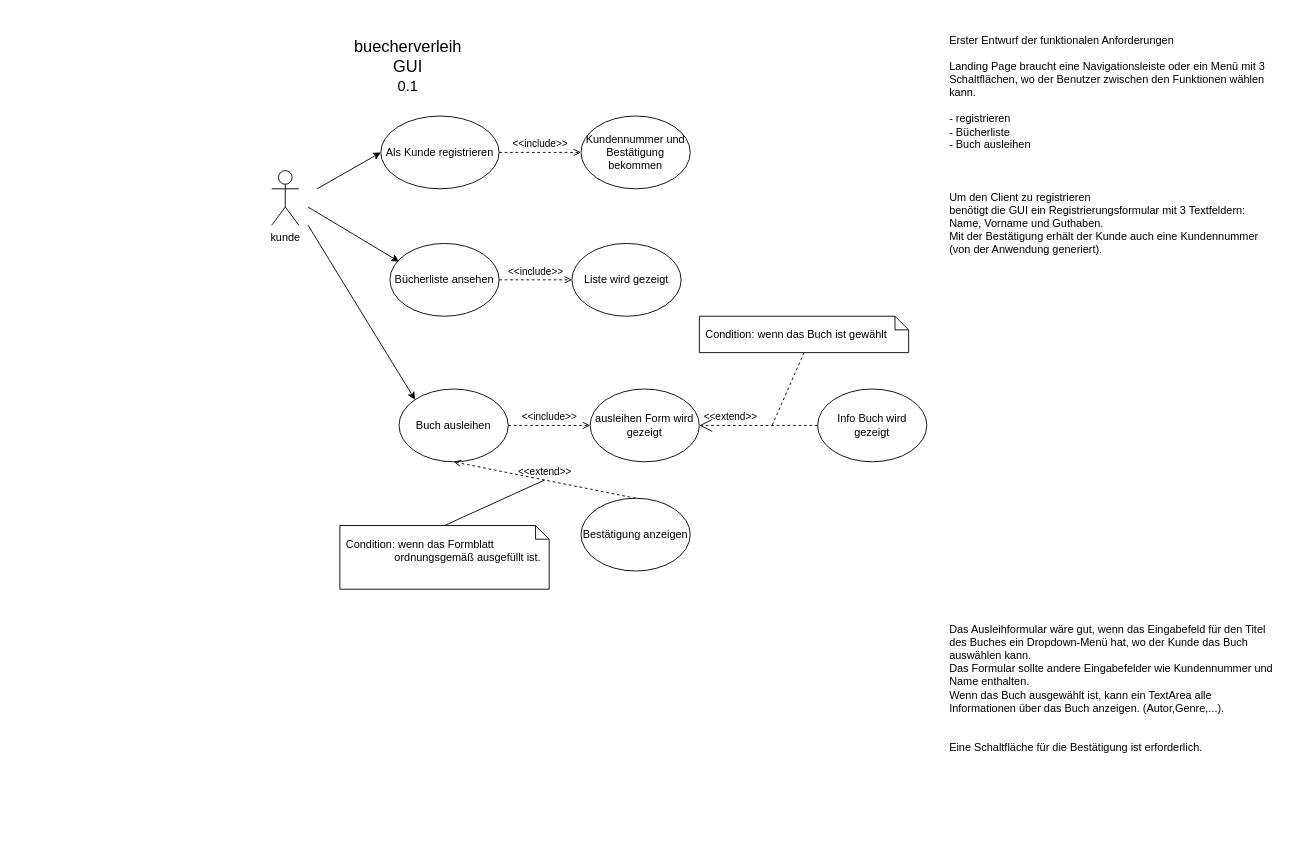
This is Buechverleih.drawio from marcogara/WBS_60.1, a draw.io file, before an edit. Source tidied: cells renumbered, new cells numbered last; positions are measured from the earlier drawing's top-left corner, leaving out a move shared by most shapes. Both pictures are drawn from the tidied source at 91%, with x=0, y=0 at pixel (271, 43).
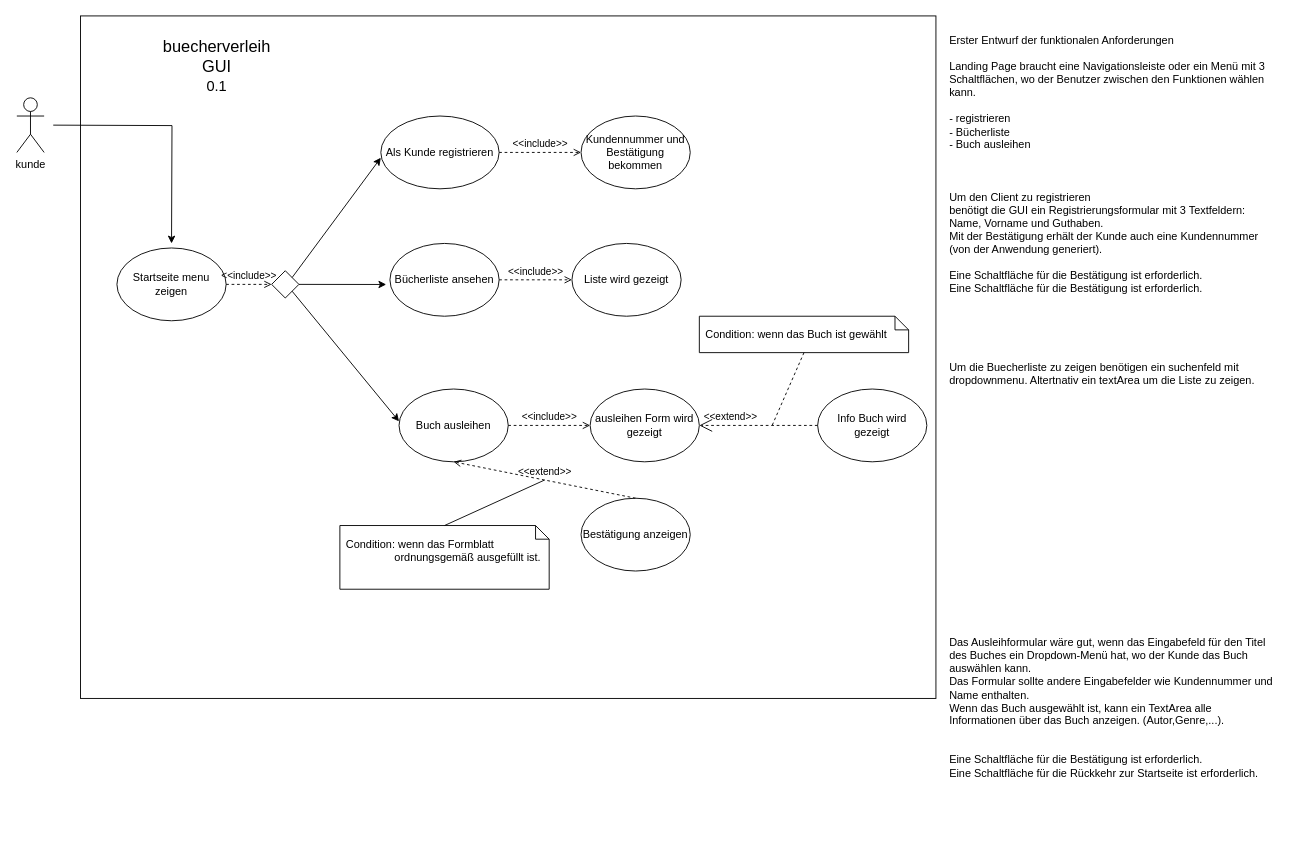
The same diagram, later.

Commit message:
updated Buechverleih Use case diagram

Unchanged cells that the change refers to:
```xml
<mxCell id="3" value="Als Kunde registrieren" style="ellipse;whiteSpace=wrap;html=1;" parent="1" vertex="1">
  <mxGeometry x="120" y="80" width="130" height="80" as="geometry" />
</mxCell>
<mxCell id="8" value="Bücherliste ansehen&lt;br&gt;" style="ellipse;whiteSpace=wrap;html=1;" parent="1" vertex="1">
  <mxGeometry x="130" y="220" width="120" height="80" as="geometry" />
</mxCell>
<mxCell id="10" value="Buch ausleihen" style="ellipse;whiteSpace=wrap;html=1;" parent="1" vertex="1">
  <mxGeometry x="140" y="380" width="120" height="80" as="geometry" />
</mxCell>
```

The edit, as a diff of the source:
```diff
@@
+    <mxCell id="25" style="rounded=0;whiteSpace=wrap;html=1;" parent="1" vertex="1">
+      <mxGeometry x="-210" y="-30" width="940" height="750" as="geometry" />
+    </mxCell>
+    <mxCell id="26" style="edgeStyle=orthogonalEdgeStyle;rounded=0;orthogonalLoop=1;jettySize=auto;html=1;" parent="1" edge="1">
+      <mxGeometry relative="1" as="geometry">
+        <mxPoint x="-240" y="90" as="sourcePoint" />
+        <mxPoint x="-110" y="220" as="targetPoint" />
+      </mxGeometry>
+    </mxCell>
     <mxCell id="2" value="&lt;div&gt;kunde&lt;/div&gt;&lt;div&gt;&lt;br&gt;&lt;/div&gt;" style="shape=umlActor;verticalLabelPosition=bottom;verticalAlign=top;html=1;" parent="1" vertex="1">
-      <mxGeometry y="140" width="30" height="60" as="geometry" />
+      <mxGeometry x="-280" y="60" width="30" height="60" as="geometry" />
     </mxCell>
@@
-    <mxCell id="4" style="endArrow=classic;html=1;rounded=0;entryX=0;entryY=0.5;entryDx=0;entryDy=0;" parent="1" edge="1" target="3">
-      <mxGeometry relative="1" as="geometry">
-        <mxPoint x="50" y="160" as="sourcePoint" />
-      </mxGeometry>
-    </mxCell>
@@
     <mxCell id="7" value="&lt;div&gt;&lt;font style=&quot;font-size: 18px;&quot;&gt;buecherverleih GUI &lt;br&gt;&lt;/font&gt;&lt;/div&gt;&lt;div&gt;&lt;font size=&quot;3&quot;&gt;0.1&lt;/font&gt;&lt;/div&gt;" style="text;html=1;strokeColor=none;fillColor=none;align=center;verticalAlign=middle;whiteSpace=wrap;rounded=0;" parent="1" vertex="1">
-      <mxGeometry x="120" y="10" width="60" height="30" as="geometry" />
+      <mxGeometry x="-90" y="10" width="60" height="30" as="geometry" />
     </mxCell>
@@
-    <mxCell id="9" style="endArrow=classic;html=1;rounded=0;" parent="1" edge="1">
-      <mxGeometry relative="1" as="geometry">
-        <mxPoint x="40" y="180" as="sourcePoint" />
-        <mxPoint x="140" y="240" as="targetPoint" />
-      </mxGeometry>
-    </mxCell>
@@
-    <mxCell id="11" style="endArrow=classic;html=1;rounded=0;entryX=0;entryY=0;entryDx=0;entryDy=0;" parent="1" edge="1" target="10">
-      <mxGeometry relative="1" as="geometry">
-        <mxPoint x="40" y="200" as="sourcePoint" />
-      </mxGeometry>
-    </mxCell>
@@
-    <mxCell id="15" value="&lt;div&gt;Erster Entwurf der funktionalen Anforderungen&lt;/div&gt;&lt;div&gt;&lt;br&gt;&lt;/div&gt;&lt;div&gt;Landing Page braucht eine Navigationsleiste oder ein Menü mit 3 Schaltflächen, wo der Benutzer zwischen den Funktionen wählen kann.&lt;br&gt;&lt;br&gt;&lt;/div&gt;&lt;div&gt;- registrieren &lt;br&gt;&lt;/div&gt;&lt;div&gt;- Bücherliste &lt;br&gt;&lt;/div&gt;&lt;div&gt;- Buch ausleihen &lt;br&gt;&lt;/div&gt;&lt;div&gt;&lt;br&gt;&lt;/div&gt;&lt;br&gt;&lt;div&gt;&lt;br&gt;&lt;/div&gt;&lt;div&gt;Um den Client zu registrieren&lt;/div&gt;benötigt die GUI ein Registrierungsformular mit 3 Textfeldern: Name, Vorname und Guthaben.&lt;br&gt;Mit der Bestätigung erhält der Kunde auch eine Kundennummer (von der Anwendung generiert).&lt;br&gt;&lt;br&gt;&lt;br&gt;&lt;div&gt;&lt;br&gt;&lt;/div&gt;&lt;div&gt;&lt;br&gt;&lt;/div&gt;&lt;div&gt;&lt;br&gt;&lt;/div&gt;&lt;div&gt;&lt;br&gt;&lt;/div&gt;&lt;div&gt;&lt;br&gt;&lt;/div&gt;&lt;div&gt;&lt;br&gt;&lt;/div&gt;&lt;div&gt;&lt;br&gt;&lt;/div&gt;&lt;div&gt;&lt;br&gt;&lt;/div&gt;&lt;div&gt;&lt;br&gt;&lt;/div&gt;&lt;div&gt;&lt;br&gt;&lt;/div&gt;&lt;div&gt;&lt;br&gt;&lt;/div&gt;&lt;div&gt;&lt;br&gt;&lt;/div&gt;&lt;div&gt;&lt;br&gt;&lt;/div&gt;&lt;div&gt;&lt;br&gt;&lt;/div&gt;&lt;div&gt;&lt;br&gt;&lt;/div&gt;&lt;div&gt;&lt;br&gt;&lt;/div&gt;&lt;div&gt;&lt;br&gt;&lt;/div&gt;&lt;div&gt;&lt;br&gt;&lt;/div&gt;&lt;div&gt;&lt;br&gt;&lt;/div&gt;&lt;div&gt;&lt;br&gt;&lt;/div&gt;&lt;div&gt;&lt;br&gt;&lt;/div&gt;&lt;div&gt;&lt;br&gt;&lt;/div&gt;&lt;div&gt;&lt;br&gt;&lt;/div&gt;&lt;div&gt;&lt;br&gt;&lt;/div&gt;&lt;div&gt;&lt;br&gt;&lt;/div&gt;&lt;div&gt;&lt;br&gt;&lt;/div&gt;Das Ausleihformular wäre gut, wenn das Eingabefeld für den Titel des Buches ein Dropdown-Menü hat, wo der Kunde das Buch auswählen kann.&lt;br&gt;Das Formular sollte andere Eingabefelder wie Kundennummer und Name enthalten.&lt;br&gt;&lt;div&gt;Wenn das Buch ausgewählt ist, kann ein TextArea alle Informationen über das Buch anzeigen. (Autor,Genre,...).&lt;/div&gt;&lt;br&gt;&lt;div&gt;&lt;br&gt;&lt;/div&gt;&lt;div&gt;Eine Schaltfläche für die Bestätigung ist erforderlich.&lt;br&gt;&lt;br&gt;&lt;br&gt;&lt;br&gt;&lt;/div&gt;" style="text;html=1;strokeColor=none;fillColor=none;spacing=5;spacingTop=-20;whiteSpace=wrap;overflow=hidden;rounded=0;" parent="1" vertex="1">
+    <mxCell id="15" value="&lt;div&gt;Erster Entwurf der funktionalen Anforderungen&lt;/div&gt;&lt;div&gt;&lt;br&gt;&lt;/div&gt;&lt;div&gt;Landing Page braucht eine Navigationsleiste oder ein Menü mit 3 Schaltflächen, wo der Benutzer zwischen den Funktionen wählen kann.&lt;br&gt;&lt;br&gt;&lt;/div&gt;&lt;div&gt;- registrieren &lt;br&gt;&lt;/div&gt;&lt;div&gt;- Bücherliste &lt;br&gt;&lt;/div&gt;&lt;div&gt;- Buch ausleihen &lt;br&gt;&lt;/div&gt;&lt;div&gt;&lt;br&gt;&lt;/div&gt;&lt;br&gt;&lt;div&gt;&lt;br&gt;&lt;/div&gt;&lt;div&gt;Um den Client zu registrieren&lt;/div&gt;benötigt die GUI ein Registrierungsformular mit 3 Textfeldern: Name, Vorname und Guthaben.&lt;br&gt;&lt;div&gt;Mit der Bestätigung erhält der Kunde auch eine Kundennummer (von der Anwendung generiert).&lt;/div&gt;&lt;div&gt;&lt;br&gt;&lt;/div&gt;&lt;div&gt;Eine Schaltfläche für die Bestätigung ist erforderlich.&lt;/div&gt;&lt;div&gt;Eine Schaltfläche für die Bestätigung ist erforderlich.&lt;/div&gt;&lt;br&gt;&lt;br&gt;&lt;div&gt;&lt;br&gt;&lt;/div&gt;&lt;div&gt;&lt;br&gt;&lt;/div&gt;&lt;div&gt;&lt;br&gt;&lt;/div&gt;&lt;div&gt;Um die Buecherliste zu zeigen benötigen ein suchenfeld mit dropdownmenu. Altertnativ ein textArea um die Liste zu zeigen. &lt;br&gt;&lt;/div&gt;&lt;div&gt;&lt;br&gt;&lt;/div&gt;&lt;div&gt;&lt;br&gt;&lt;/div&gt;&lt;div&gt;&lt;br&gt;&lt;/div&gt;&lt;div&gt;&lt;br&gt;&lt;/div&gt;&lt;div&gt;&lt;br&gt;&lt;/div&gt;&lt;div&gt;&lt;br&gt;&lt;/div&gt;&lt;div&gt;&lt;br&gt;&lt;/div&gt;&lt;div&gt;&lt;br&gt;&lt;/div&gt;&lt;div&gt;&lt;br&gt;&lt;/div&gt;&lt;div&gt;&lt;br&gt;&lt;/div&gt;&lt;div&gt;&lt;br&gt;&lt;/div&gt;&lt;div&gt;&lt;br&gt;&lt;/div&gt;&lt;div&gt;&lt;br&gt;&lt;/div&gt;&lt;div&gt;&lt;br&gt;&lt;/div&gt;&lt;div&gt;&lt;br&gt;&lt;/div&gt;&lt;div&gt;&lt;br&gt;&lt;/div&gt;&lt;div&gt;&lt;br&gt;&lt;/div&gt;&lt;div&gt;&lt;br&gt;&lt;/div&gt;&lt;div&gt;&lt;br&gt;&lt;/div&gt;Das Ausleihformular wäre gut, wenn das Eingabefeld für den Titel des Buches ein Dropdown-Menü hat, wo der Kunde das Buch auswählen kann.&lt;br&gt;Das Formular sollte andere Eingabefelder wie Kundennummer und Name enthalten.&lt;br&gt;&lt;div&gt;Wenn das Buch ausgewählt ist, kann ein TextArea alle Informationen über das Buch anzeigen. (Autor,Genre,...).&lt;/div&gt;&lt;br&gt;&lt;div&gt;&lt;br&gt;&lt;/div&gt;&lt;div&gt;Eine Schaltfläche für die Bestätigung ist erforderlich.&lt;/div&gt;&lt;div&gt;Eine Schaltfläche für die Rückkehr zur Startseite ist erforderlich.&lt;br&gt;&lt;br&gt;&lt;br&gt;&lt;br&gt;&lt;br&gt;&lt;br&gt;&lt;/div&gt;" style="text;html=1;strokeColor=none;fillColor=none;spacing=5;spacingTop=-20;whiteSpace=wrap;overflow=hidden;rounded=0;" parent="1" vertex="1">
       <mxGeometry x="740" width="370" height="880" as="geometry" />
     </mxCell>
@@
+    <mxCell id="27" value="Startseite menu zeigen" style="ellipse;whiteSpace=wrap;html=1;" parent="1" vertex="1">
+      <mxGeometry x="-170" y="225" width="120" height="80" as="geometry" />
+    </mxCell>
+    <mxCell id="28" style="rhombus;" parent="1" vertex="1">
+      <mxGeometry y="250" width="30" height="30" as="geometry" />
+    </mxCell>
+    <mxCell id="29" value="&amp;lt;&amp;lt;include&amp;gt;&amp;gt;" style="html=1;verticalAlign=bottom;labelBackgroundColor=none;endArrow=open;endFill=0;dashed=1;rounded=0;exitX=1;exitY=0.5;exitDx=0;exitDy=0;entryX=0;entryY=0.5;entryDx=0;entryDy=0;" parent="1" edge="1" source="27" target="28">
+      <mxGeometry relative="1" as="geometry" />
+    </mxCell>
+    <mxCell id="30" style="endArrow=classic;html=1;rounded=0;exitX=1;exitY=0.5;exitDx=0;exitDy=0;entryX=-0.034;entryY=0.564;entryDx=0;entryDy=0;entryPerimeter=0;" parent="1" edge="1" source="28" target="8">
+      <mxGeometry relative="1" as="geometry" />
+    </mxCell>
+    <mxCell id="31" style="endArrow=classic;html=1;rounded=0;exitX=1;exitY=0;exitDx=0;exitDy=0;entryX=0;entryY=0.573;entryDx=0;entryDy=0;entryPerimeter=0;" parent="1" edge="1" source="28" target="3">
+      <mxGeometry relative="1" as="geometry" />
+    </mxCell>
+    <mxCell id="32" style="endArrow=classic;html=1;rounded=0;exitX=1;exitY=1;exitDx=0;exitDy=0;entryX=0;entryY=0.444;entryDx=0;entryDy=0;entryPerimeter=0;" parent="1" edge="1" source="28" target="10">
+      <mxGeometry relative="1" as="geometry" />
+    </mxCell>
```
